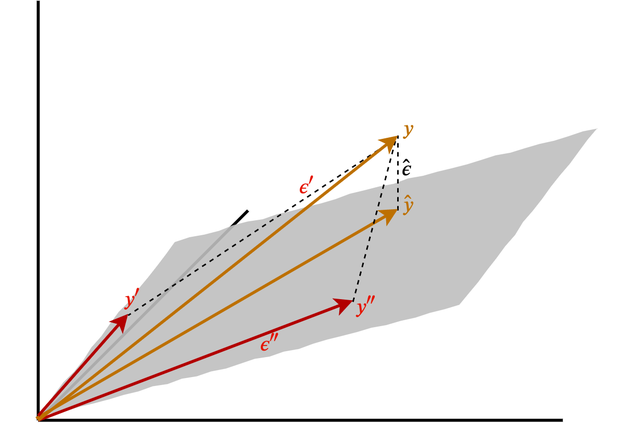
Earlier version of the draw.io export images/lp_distances.png (tsrobinson/10EconometricTheorems). Source tidied: cells renumbered, new cells last; positions are measured from the earlier drawing's top-left corner, leaving out a move shared by most shapes. Its diagram source:
```xml
<mxGraphModel math="1">
  <root>
    <mxCell id="0" />
    <mxCell id="1" parent="0" />
    <mxCell id="2" style="endArrow=none;html=1;strokeWidth=2;" parent="1" edge="1">
      <mxGeometry relative="1" as="geometry">
        <mxPoint x="20" y="280" as="sourcePoint" />
        <mxPoint x="160" y="140" as="targetPoint" />
      </mxGeometry>
    </mxCell>
    <mxCell id="3" style="shape=parallelogram;perimeter=parallelogramPerimeter;whiteSpace=wrap;html=1;size=0.2912280701754386;rotation=-15;strokeColor=none;fillColor=#BFBFBF;rounded=0;comic=1;shadow=0;opacity=90;" parent="1" vertex="1">
      <mxGeometry y="137" width="412" height="90" as="geometry" />
    </mxCell>
    <mxCell id="4" style="endArrow=none;html=1;strokeWidth=2;" parent="1" edge="1">
      <mxGeometry relative="1" as="geometry">
        <mxPoint x="20" y="280" as="sourcePoint" />
        <mxPoint x="20" as="targetPoint" />
      </mxGeometry>
    </mxCell>
    <mxCell id="5" style="endArrow=none;html=1;strokeWidth=2;" parent="1" edge="1">
      <mxGeometry relative="1" as="geometry">
        <mxPoint x="20" y="280" as="sourcePoint" />
        <mxPoint x="370" y="280" as="targetPoint" />
      </mxGeometry>
    </mxCell>
    <mxCell id="6" style="endArrow=none;dashed=1;html=1;" parent="1" edge="1">
      <mxGeometry relative="1" as="geometry">
        <mxPoint x="260" y="140" as="sourcePoint" />
        <mxPoint x="260" y="90" as="targetPoint" />
      </mxGeometry>
    </mxCell>
    <mxCell id="7" style="endArrow=classic;html=1;exitX=0;exitY=1;exitDx=0;exitDy=0;fillColor=#f0a30a;strokeColor=#BD7000;strokeWidth=2;endFill=1;" parent="1" edge="1" source="3">
      <mxGeometry relative="1" as="geometry">
        <mxPoint x="260" y="139" as="targetPoint" />
      </mxGeometry>
    </mxCell>
    <mxCell id="8" value="$$y$$" style="text;html=1;strokeColor=none;fillColor=none;align=center;verticalAlign=middle;whiteSpace=wrap;rounded=0;shadow=0;comic=1;opacity=90;fontColor=#BD7000;" parent="1" vertex="1">
      <mxGeometry x="247" y="76" width="40" height="20" as="geometry" />
    </mxCell>
    <mxCell id="9" value="$$\hat{y}$$" style="text;html=1;strokeColor=none;fillColor=none;align=center;verticalAlign=middle;whiteSpace=wrap;rounded=0;shadow=0;comic=1;fontColor=#BD7000;opacity=90;" parent="1" vertex="1">
      <mxGeometry x="247" y="126" width="40" height="20" as="geometry" />
    </mxCell>
    <mxCell id="10" style="endArrow=classic;html=1;strokeWidth=2;fontColor=#BD7000;fillColor=#e51400;strokeColor=#B20000;" parent="1" edge="1">
      <mxGeometry relative="1" as="geometry">
        <mxPoint x="20" y="280" as="sourcePoint" />
        <mxPoint x="230" y="200" as="targetPoint" />
      </mxGeometry>
    </mxCell>
    <mxCell id="11" style="endArrow=classic;html=1;strokeWidth=2;fontColor=#BD7000;fillColor=#e51400;strokeColor=#B20000;" parent="1" edge="1">
      <mxGeometry relative="1" as="geometry">
        <mxPoint x="20" y="277" as="sourcePoint" />
        <mxPoint x="80" y="209" as="targetPoint" />
      </mxGeometry>
    </mxCell>
    <mxCell id="12" style="endArrow=none;dashed=1;html=1;strokeWidth=1;fontColor=#BD7000;" parent="1" edge="1">
      <mxGeometry relative="1" as="geometry">
        <mxPoint x="230" y="201" as="sourcePoint" />
        <mxPoint x="259" y="91" as="targetPoint" />
      </mxGeometry>
    </mxCell>
    <mxCell id="13" style="endArrow=none;dashed=1;html=1;strokeWidth=1;fontColor=#BD7000;" parent="1" edge="1">
      <mxGeometry relative="1" as="geometry">
        <mxPoint x="257" y="93" as="sourcePoint" />
        <mxPoint x="80" y="210" as="targetPoint" />
      </mxGeometry>
    </mxCell>
    <mxCell id="14" style="endArrow=classic;html=1;fillColor=#f0a30a;strokeColor=#BD7000;strokeWidth=2;" parent="1" edge="1">
      <mxGeometry relative="1" as="geometry">
        <mxPoint x="20" y="280" as="sourcePoint" />
        <mxPoint x="260" y="90" as="targetPoint" />
      </mxGeometry>
    </mxCell>
    <mxCell id="15" value="$$y''$$" style="text;html=1;strokeColor=none;fillColor=none;align=center;verticalAlign=middle;whiteSpace=wrap;rounded=0;shadow=0;comic=1;fontColor=#E51400;opacity=90;" parent="1" vertex="1">
      <mxGeometry x="220" y="194" width="40" height="20" as="geometry" />
    </mxCell>
    <mxCell id="16" value="$$y'$$" style="text;html=1;strokeColor=none;fillColor=none;align=center;verticalAlign=middle;whiteSpace=wrap;rounded=0;shadow=0;comic=1;fontColor=#E51400;opacity=90;" parent="1" vertex="1">
      <mxGeometry x="64" y="188" width="40" height="20" as="geometry" />
    </mxCell>
    <mxCell id="17" value="$$\epsilon''$$" style="text;html=1;strokeColor=none;fillColor=none;align=center;verticalAlign=middle;whiteSpace=wrap;rounded=0;shadow=0;comic=1;fontColor=#E51400;opacity=90;" parent="1" vertex="1">
      <mxGeometry x="156" y="218" width="40" height="20" as="geometry" />
    </mxCell>
    <mxCell id="18" value="$$\epsilon'$$" style="text;html=1;strokeColor=none;fillColor=none;align=center;verticalAlign=middle;whiteSpace=wrap;rounded=0;shadow=0;comic=1;fontColor=#E51400;opacity=90;" parent="1" vertex="1">
      <mxGeometry x="180" y="113" width="40" height="20" as="geometry" />
    </mxCell>
    <mxCell id="19" value="$$\hat{\epsilon}$$" style="text;html=1;strokeColor=none;fillColor=none;align=center;verticalAlign=middle;whiteSpace=wrap;rounded=0;shadow=0;comic=1;fontColor=#000000;opacity=90;" parent="1" vertex="1">
      <mxGeometry x="245" y="102" width="40" height="20" as="geometry" />
    </mxCell>
  </root>
</mxGraphModel>
```
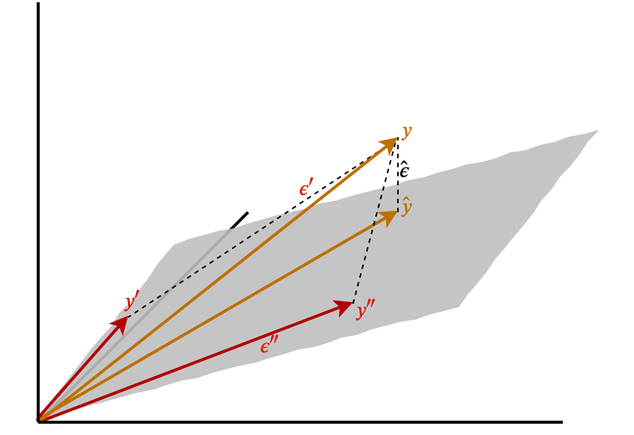
The same file after the commit.

Change to the diagram source:
```diff
@@ -11,79 +11,79 @@
     <mxCell id="3" style="shape=parallelogram;perimeter=parallelogramPerimeter;whiteSpace=wrap;html=1;size=0.2912280701754386;rotation=-15;strokeColor=none;fillColor=#BFBFBF;rounded=0;comic=1;shadow=0;opacity=90;" parent="1" vertex="1">
       <mxGeometry y="137" width="412" height="90" as="geometry" />
     </mxCell>
-    <mxCell id="4" style="endArrow=none;html=1;strokeWidth=2;" parent="1" edge="1">
+    <mxCell id="4" style="endArrow=none;dashed=1;html=1;" parent="1" edge="1">
       <mxGeometry relative="1" as="geometry">
-        <mxPoint x="20" y="280" as="sourcePoint" />
-        <mxPoint x="20" as="targetPoint" />
+        <mxPoint x="260" y="140" as="sourcePoint" />
+        <mxPoint x="260" y="90" as="targetPoint" />
       </mxGeometry>
     </mxCell>
-    <mxCell id="5" style="endArrow=none;html=1;strokeWidth=2;" parent="1" edge="1">
+    <mxCell id="5" style="endArrow=classic;html=1;exitX=0;exitY=1;exitDx=0;exitDy=0;fillColor=#f0a30a;strokeColor=#BD7000;strokeWidth=2;endFill=1;" parent="1" edge="1" source="3">
       <mxGeometry relative="1" as="geometry">
-        <mxPoint x="20" y="280" as="sourcePoint" />
-        <mxPoint x="370" y="280" as="targetPoint" />
+        <mxPoint x="260" y="139" as="targetPoint" />
       </mxGeometry>
     </mxCell>
-    <mxCell id="6" style="endArrow=none;dashed=1;html=1;" parent="1" edge="1">
-      <mxGeometry relative="1" as="geometry">
-        <mxPoint x="260" y="140" as="sourcePoint" />
-        <mxPoint x="260" y="90" as="targetPoint" />
-      </mxGeometry>
+    <mxCell id="6" value="$$y$$" style="text;html=1;strokeColor=none;fillColor=none;align=center;verticalAlign=middle;whiteSpace=wrap;rounded=0;shadow=0;comic=1;opacity=90;fontColor=#BD7000;" parent="1" vertex="1">
+      <mxGeometry x="247" y="76" width="40" height="20" as="geometry" />
     </mxCell>
-    <mxCell id="7" style="endArrow=classic;html=1;exitX=0;exitY=1;exitDx=0;exitDy=0;fillColor=#f0a30a;strokeColor=#BD7000;strokeWidth=2;endFill=1;" parent="1" edge="1" source="3">
-      <mxGeometry relative="1" as="geometry">
-        <mxPoint x="260" y="139" as="targetPoint" />
-      </mxGeometry>
+    <mxCell id="7" value="$$\hat{y}$$" style="text;html=1;strokeColor=none;fillColor=none;align=center;verticalAlign=middle;whiteSpace=wrap;rounded=0;shadow=0;comic=1;fontColor=#BD7000;opacity=90;" parent="1" vertex="1">
+      <mxGeometry x="247" y="126" width="40" height="20" as="geometry" />
     </mxCell>
-    <mxCell id="8" value="$$y$$" style="text;html=1;strokeColor=none;fillColor=none;align=center;verticalAlign=middle;whiteSpace=wrap;rounded=0;shadow=0;comic=1;opacity=90;fontColor=#BD7000;" parent="1" vertex="1">
-      <mxGeometry x="247" y="76" width="40" height="20" as="geometry" />
+    <mxCell id="8" style="endArrow=classic;html=1;strokeWidth=2;fontColor=#BD7000;fillColor=#e51400;strokeColor=#B20000;" parent="1" edge="1">
+      <mxGeometry relative="1" as="geometry">
+        <mxPoint x="20" y="280" as="sourcePoint" />
+        <mxPoint x="230" y="200" as="targetPoint" />
+      </mxGeometry>
     </mxCell>
-    <mxCell id="9" value="$$\hat{y}$$" style="text;html=1;strokeColor=none;fillColor=none;align=center;verticalAlign=middle;whiteSpace=wrap;rounded=0;shadow=0;comic=1;fontColor=#BD7000;opacity=90;" parent="1" vertex="1">
-      <mxGeometry x="247" y="126" width="40" height="20" as="geometry" />
+    <mxCell id="9" style="endArrow=classic;html=1;strokeWidth=2;fontColor=#BD7000;fillColor=#e51400;strokeColor=#B20000;" parent="1" edge="1">
+      <mxGeometry relative="1" as="geometry">
+        <mxPoint x="20" y="277" as="sourcePoint" />
+        <mxPoint x="80" y="209" as="targetPoint" />
+      </mxGeometry>
     </mxCell>
-    <mxCell id="10" style="endArrow=classic;html=1;strokeWidth=2;fontColor=#BD7000;fillColor=#e51400;strokeColor=#B20000;" parent="1" edge="1">
+    <mxCell id="10" style="endArrow=none;dashed=1;html=1;strokeWidth=1;fontColor=#BD7000;" parent="1" edge="1">
       <mxGeometry relative="1" as="geometry">
-        <mxPoint x="20" y="280" as="sourcePoint" />
-        <mxPoint x="230" y="200" as="targetPoint" />
+        <mxPoint x="230" y="201" as="sourcePoint" />
+        <mxPoint x="259" y="91" as="targetPoint" />
       </mxGeometry>
     </mxCell>
-    <mxCell id="11" style="endArrow=classic;html=1;strokeWidth=2;fontColor=#BD7000;fillColor=#e51400;strokeColor=#B20000;" parent="1" edge="1">
+    <mxCell id="11" style="endArrow=none;dashed=1;html=1;strokeWidth=1;fontColor=#BD7000;" parent="1" edge="1">
       <mxGeometry relative="1" as="geometry">
-        <mxPoint x="20" y="277" as="sourcePoint" />
-        <mxPoint x="80" y="209" as="targetPoint" />
+        <mxPoint x="257" y="93" as="sourcePoint" />
+        <mxPoint x="80" y="210" as="targetPoint" />
       </mxGeometry>
     </mxCell>
-    <mxCell id="12" style="endArrow=none;dashed=1;html=1;strokeWidth=1;fontColor=#BD7000;" parent="1" edge="1">
+    <mxCell id="12" style="endArrow=classic;html=1;fillColor=#f0a30a;strokeColor=#BD7000;strokeWidth=2;" parent="1" edge="1">
       <mxGeometry relative="1" as="geometry">
-        <mxPoint x="230" y="201" as="sourcePoint" />
-        <mxPoint x="259" y="91" as="targetPoint" />
+        <mxPoint x="20" y="280" as="sourcePoint" />
+        <mxPoint x="260" y="90" as="targetPoint" />
       </mxGeometry>
     </mxCell>
-    <mxCell id="13" style="endArrow=none;dashed=1;html=1;strokeWidth=1;fontColor=#BD7000;" parent="1" edge="1">
-      <mxGeometry relative="1" as="geometry">
-        <mxPoint x="257" y="93" as="sourcePoint" />
-        <mxPoint x="80" y="210" as="targetPoint" />
-      </mxGeometry>
+    <mxCell id="13" value="$$y''$$" style="text;html=1;strokeColor=none;fillColor=none;align=center;verticalAlign=middle;whiteSpace=wrap;rounded=0;shadow=0;comic=1;fontColor=#E51400;opacity=90;" parent="1" vertex="1">
+      <mxGeometry x="220" y="194" width="40" height="20" as="geometry" />
     </mxCell>
-    <mxCell id="14" style="endArrow=classic;html=1;fillColor=#f0a30a;strokeColor=#BD7000;strokeWidth=2;" parent="1" edge="1">
-      <mxGeometry relative="1" as="geometry">
-        <mxPoint x="20" y="280" as="sourcePoint" />
-        <mxPoint x="260" y="90" as="targetPoint" />
-      </mxGeometry>
+    <mxCell id="14" value="$$y'$$" style="text;html=1;strokeColor=none;fillColor=none;align=center;verticalAlign=middle;whiteSpace=wrap;rounded=0;shadow=0;comic=1;fontColor=#E51400;opacity=90;" parent="1" vertex="1">
+      <mxGeometry x="64" y="188" width="40" height="20" as="geometry" />
     </mxCell>
-    <mxCell id="15" value="$$y''$$" style="text;html=1;strokeColor=none;fillColor=none;align=center;verticalAlign=middle;whiteSpace=wrap;rounded=0;shadow=0;comic=1;fontColor=#E51400;opacity=90;" parent="1" vertex="1">
-      <mxGeometry x="220" y="194" width="40" height="20" as="geometry" />
+    <mxCell id="15" value="$$\epsilon''$$" style="text;html=1;strokeColor=none;fillColor=none;align=center;verticalAlign=middle;whiteSpace=wrap;rounded=0;shadow=0;comic=1;fontColor=#E51400;opacity=90;" parent="1" vertex="1">
+      <mxGeometry x="156" y="218" width="40" height="20" as="geometry" />
     </mxCell>
-    <mxCell id="16" value="$$y'$$" style="text;html=1;strokeColor=none;fillColor=none;align=center;verticalAlign=middle;whiteSpace=wrap;rounded=0;shadow=0;comic=1;fontColor=#E51400;opacity=90;" parent="1" vertex="1">
-      <mxGeometry x="64" y="188" width="40" height="20" as="geometry" />
+    <mxCell id="16" value="$$\epsilon'$$" style="text;html=1;strokeColor=none;fillColor=none;align=center;verticalAlign=middle;whiteSpace=wrap;rounded=0;shadow=0;comic=1;fontColor=#E51400;opacity=90;" parent="1" vertex="1">
+      <mxGeometry x="180" y="113" width="40" height="20" as="geometry" />
     </mxCell>
-    <mxCell id="17" value="$$\epsilon''$$" style="text;html=1;strokeColor=none;fillColor=none;align=center;verticalAlign=middle;whiteSpace=wrap;rounded=0;shadow=0;comic=1;fontColor=#E51400;opacity=90;" parent="1" vertex="1">
-      <mxGeometry x="156" y="218" width="40" height="20" as="geometry" />
+    <mxCell id="17" value="$$\hat{\epsilon}$$" style="text;html=1;strokeColor=none;fillColor=none;align=center;verticalAlign=middle;whiteSpace=wrap;rounded=0;shadow=0;comic=1;fontColor=#000000;opacity=90;" parent="1" vertex="1">
+      <mxGeometry x="245" y="102" width="40" height="20" as="geometry" />
     </mxCell>
-    <mxCell id="18" value="$$\epsilon'$$" style="text;html=1;strokeColor=none;fillColor=none;align=center;verticalAlign=middle;whiteSpace=wrap;rounded=0;shadow=0;comic=1;fontColor=#E51400;opacity=90;" parent="1" vertex="1">
-      <mxGeometry x="180" y="113" width="40" height="20" as="geometry" />
+    <mxCell id="18" style="endArrow=none;html=1;strokeWidth=2;" parent="1" edge="1">
+      <mxGeometry relative="1" as="geometry">
+        <mxPoint x="20" y="280" as="sourcePoint" />
+        <mxPoint x="370" y="280" as="targetPoint" />
+      </mxGeometry>
     </mxCell>
-    <mxCell id="19" value="$$\hat{\epsilon}$$" style="text;html=1;strokeColor=none;fillColor=none;align=center;verticalAlign=middle;whiteSpace=wrap;rounded=0;shadow=0;comic=1;fontColor=#000000;opacity=90;" parent="1" vertex="1">
-      <mxGeometry x="245" y="102" width="40" height="20" as="geometry" />
+    <mxCell id="19" style="endArrow=none;html=1;strokeWidth=2;" parent="1" edge="1">
+      <mxGeometry relative="1" as="geometry">
+        <mxPoint x="20" y="280" as="sourcePoint" />
+        <mxPoint x="20" as="targetPoint" />
+      </mxGeometry>
     </mxCell>
   </root>
 </mxGraphModel>
```
